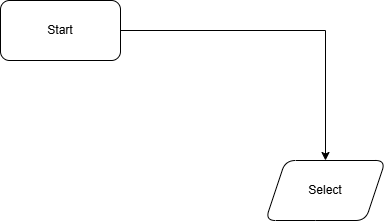
Earlier version of the draw.io export 0.1/docs/FlowChart.png (ShuoKuro/PET-Filament-Recycler). Source tidied: cells renumbered, new cells last; positions are measured from the earlier drawing's top-left corner, leaving out a move shared by most shapes.
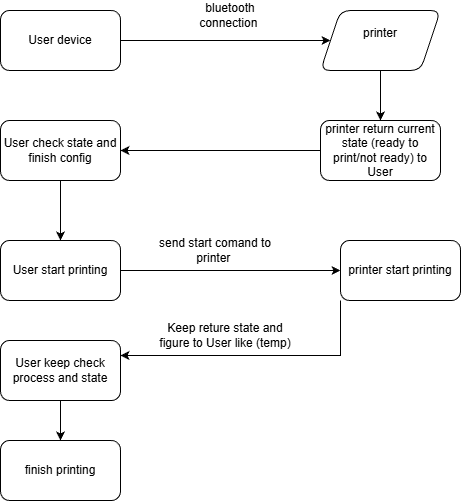
Above is the later version.

Change to the diagram source:
```diff
@@ -5,11 +5,56 @@
     <mxCell id="2" style="edgeStyle=orthogonalEdgeStyle;rounded=0;jettySize=auto;html=1;" parent="1" edge="1" source="3" target="4">
       <mxGeometry relative="1" as="geometry" />
     </mxCell>
-    <mxCell id="3" value="Start" style="rounded=1;whiteSpace=wrap;html=1;" parent="1" vertex="1">
-      <mxGeometry width="120" height="60" as="geometry" />
+    <mxCell id="3" value="User device" style="rounded=1;whiteSpace=wrap;html=1;" parent="1" vertex="1">
+      <mxGeometry x="-185" y="10" width="120" height="60" as="geometry" />
     </mxCell>
+    <mxCell id="5" style="edgeStyle=orthogonalEdgeStyle;rounded=0;jettySize=auto;html=1;" parent="1" edge="1" source="4" target="8">
+      <mxGeometry relative="1" as="geometry" />
+    </mxCell>
-    <mxCell id="4" value="Select" style="shape=parallelogram;perimeter=parallelogramPerimeter;whiteSpace=wrap;html=1;fixedSize=1;rounded=1;" parent="1" vertex="1">
-      <mxGeometry x="265" y="160" width="120" height="60" as="geometry" />
+    <mxCell id="4" value="printer&lt;div&gt;&lt;br&gt;&lt;/div&gt;" style="shape=parallelogram;perimeter=parallelogramPerimeter;whiteSpace=wrap;html=1;fixedSize=1;rounded=1;" parent="1" vertex="1">
+      <mxGeometry x="135" y="10" width="120" height="60" as="geometry" />
     </mxCell>
+    <mxCell id="6" value="bluetooth connection&amp;nbsp;" style="text;html=1;whiteSpace=wrap;strokeColor=none;fillColor=none;align=center;verticalAlign=middle;rounded=0;" parent="1" vertex="1">
+      <mxGeometry x="15" width="60" height="30" as="geometry" />
+    </mxCell>
+    <mxCell id="7" style="edgeStyle=orthogonalEdgeStyle;rounded=0;jettySize=auto;html=1;entryX=1;entryY=0.5;entryDx=0;entryDy=0;" parent="1" edge="1" source="8" target="13">
+      <mxGeometry relative="1" as="geometry" />
+    </mxCell>
+    <mxCell id="8" value="printer return current state (ready to print/not ready) to User" style="rounded=1;whiteSpace=wrap;html=1;" parent="1" vertex="1">
+      <mxGeometry x="135" y="120" width="120" height="60" as="geometry" />
+    </mxCell>
+    <mxCell id="9" style="edgeStyle=orthogonalEdgeStyle;rounded=0;jettySize=auto;html=1;exitX=0;exitY=1;exitDx=0;exitDy=0;entryX=1;entryY=0.25;entryDx=0;entryDy=0;" parent="1" edge="1" source="10" target="17">
+      <mxGeometry relative="1" as="geometry" />
+    </mxCell>
+    <mxCell id="10" value="printer start printing" style="rounded=1;whiteSpace=wrap;html=1;" parent="1" vertex="1">
+      <mxGeometry x="155" y="240" width="120" height="60" as="geometry" />
+    </mxCell>
+    <mxCell id="11" value="send start comand to printer&amp;nbsp;" style="text;html=1;whiteSpace=wrap;strokeColor=none;fillColor=none;align=center;verticalAlign=middle;rounded=0;" parent="1" vertex="1">
+      <mxGeometry x="-35" y="240" width="130" height="20" as="geometry" />
+    </mxCell>
+    <mxCell id="12" style="edgeStyle=orthogonalEdgeStyle;rounded=0;jettySize=auto;html=1;entryX=0.5;entryY=0;entryDx=0;entryDy=0;" parent="1" edge="1" source="13" target="15">
+      <mxGeometry relative="1" as="geometry" />
+    </mxCell>
+    <mxCell id="13" value="User check state and finish config" style="rounded=1;whiteSpace=wrap;html=1;" parent="1" vertex="1">
+      <mxGeometry x="-185" y="120" width="120" height="60" as="geometry" />
+    </mxCell>
+    <mxCell id="14" style="edgeStyle=orthogonalEdgeStyle;rounded=0;jettySize=auto;html=1;exitX=1;exitY=0.5;exitDx=0;exitDy=0;" parent="1" edge="1" source="15" target="10">
+      <mxGeometry relative="1" as="geometry" />
+    </mxCell>
+    <mxCell id="15" value="User start printing" style="rounded=1;whiteSpace=wrap;html=1;" parent="1" vertex="1">
+      <mxGeometry x="-185" y="240" width="120" height="60" as="geometry" />
+    </mxCell>
+    <mxCell id="16" style="edgeStyle=orthogonalEdgeStyle;rounded=0;jettySize=auto;html=1;exitX=0.5;exitY=1;exitDx=0;exitDy=0;entryX=0.5;entryY=0;entryDx=0;entryDy=0;" parent="1" edge="1" source="17" target="19">
+      <mxGeometry relative="1" as="geometry" />
+    </mxCell>
+    <mxCell id="17" value="User keep check process and state" style="rounded=1;whiteSpace=wrap;html=1;" parent="1" vertex="1">
+      <mxGeometry x="-185" y="340" width="120" height="60" as="geometry" />
+    </mxCell>
+    <mxCell id="18" value="Keep reture state and figure to User like (temp)" style="text;html=1;whiteSpace=wrap;strokeColor=none;fillColor=none;align=center;verticalAlign=middle;rounded=0;" parent="1" vertex="1">
+      <mxGeometry x="-35" y="320" width="150" height="30" as="geometry" />
+    </mxCell>
+    <mxCell id="19" value="finish printing" style="rounded=1;whiteSpace=wrap;html=1;" parent="1" vertex="1">
+      <mxGeometry x="-185" y="440" width="120" height="60" as="geometry" />
+    </mxCell>
   </root>
 </mxGraphModel>
```
